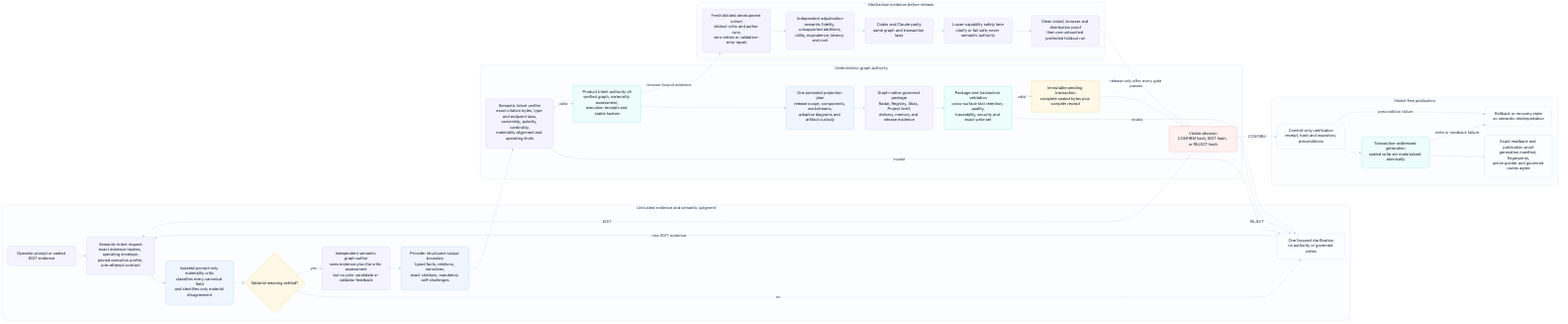
This is odylith/atlas/source/domain-intelligence-greenfield-governance.png from odylith/odylith, a Mermaid export, as it was before one commit. Its source is kept beside it as odylith/atlas/source/domain-intelligence-greenfield-governance.mmd.
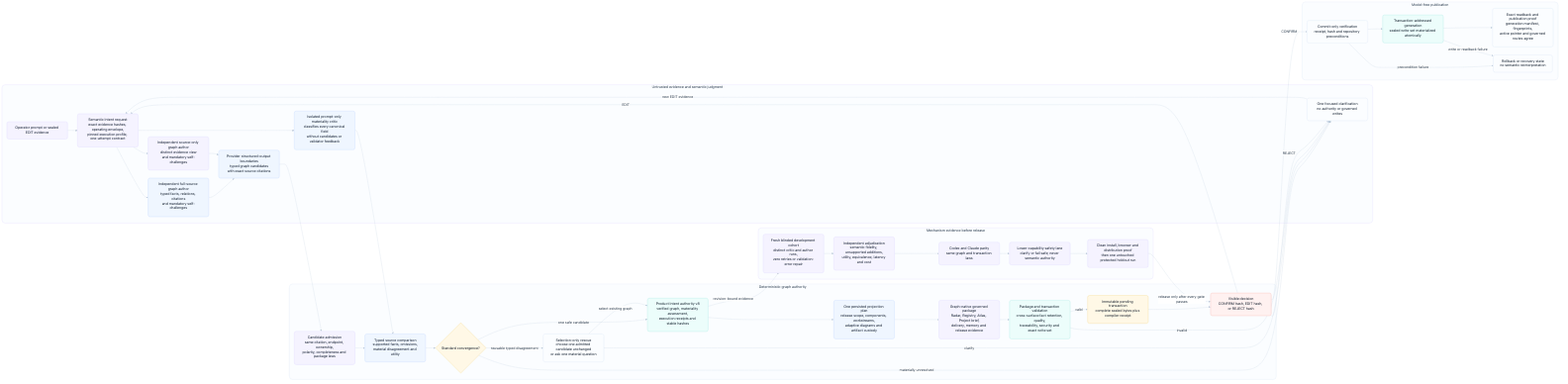
Above is the later version.

The edit, as a diff of the source:
```diff
@@ -3,16 +3,19 @@
       direction TB
       prompt["Operator prompt or sealed EDIT evidence"]
       request["Semantic Intent request<br/>exact evidence hashes, operating envelope,<br/>pinned execution profile, one-attempt contract"]
-      critic["Isolated prompt-only materiality critic<br/>classifies every canonical field<br/>and identifies only material disagreement"]
-      materiality{"Material meaning settled?"}
+      critic["Isolated prompt-only materiality critic<br/>classifies every canonical field<br/>without candidates or validator feedback"]
+      full_author["Independent full-source graph author<br/>typed facts, relations, citations<br/>and mandatory self-challenges"]
+      source_author["Independent source-only graph author<br/>distinct evidence view<br/>and mandatory self-challenges"]
+      provider_schema["Provider structured-output boundaries<br/>typed graph candidates<br/>with exact source citations"]
       question["One focused clarification<br/>no authority or governed writes"]
-      author["Independent semantic graph author<br/>sees evidence plus the critic assessment<br/>but no prior candidate or validator feedback"]
-      provider_schema["Provider structured-output boundary<br/>typed facts, relations, narratives,<br/>exact citations, mandatory self-challenges"]
     end
 
     subgraph deterministic_lane["Deterministic graph authority"]
       direction TB
-      graph_verifier["Semantic Intent verifier<br/>exact citation bytes, type and endpoint laws,<br/>ownership, polarity, cardinality,<br/>materiality alignment and operating limits"]
+      graph_verifier["Candidate admission<br/>same citation, endpoint, ownership,<br/>polarity, completeness and package laws"]
+      comparison["Typed source comparison<br/>supported facts, omissions,<br/>material disagreement and utility"]
+      standard_choice{"Standard convergence?"}
+      selector["Selection-only rescue<br/>choose one admitted candidate unchanged<br/>or ask one material question"]
       graph_authority["Product Intent authority v8<br/>verified graph, materiality assessment,<br/>execution receipts and stable hashes"]
       projection_plan["One persisted projection plan<br/>release scope, components, workstreams,<br/>adaptive diagrams and artifact custody"]
       governed_package["Graph-native governed package<br/>Radar, Registry, Atlas, Project brief,<br/>delivery, memory and release evidence"]
@@ -38,12 +41,21 @@
       release_gates["Clean install, browser and distribution proof<br/>then one untouched protected holdout run"]
     end
 
-    prompt --> request --> critic --> materiality
-    materiality -- "no" --> question
+    prompt --> request
+    request --> critic
+    request --> full_author
+    request --> source_author
     question -- "new EDIT evidence" --> request
-    materiality -- "yes" --> author --> provider_schema --> graph_verifier
-    graph_verifier -- "invalid" --> question
-    graph_verifier -- "valid" --> graph_authority --> projection_plan --> governed_package
+    full_author --> provider_schema
+    source_author --> provider_schema
+    provider_schema --> graph_verifier --> comparison
+    critic --> comparison --> standard_choice
+    standard_choice -- "materially unresolved" --> question
+    standard_choice -- "one safe candidate" --> graph_authority
+    standard_choice -- "reusable typed disagreement" --> selector
+    selector -- "clarify" --> question
+    selector -- "select existing graph" --> graph_authority
+    graph_authority --> projection_plan --> governed_package
     governed_package --> package_gate
     package_gate -- "invalid" --> question
     package_gate -- "valid" --> pending --> choice
@@ -61,8 +73,8 @@
     classDef deterministic fill:#F8FAFC,stroke:#94A3B8,color:#132033,stroke-width:1.2px;
     classDef publication fill:#F0FDF4,stroke:#4ADE80,color:#132033,stroke-width:1.2px;
     classDef proof fill:#FFF7ED,stroke:#FB923C,color:#132033,stroke-width:1.2px;
-    class prompt,request,critic,materiality,question,author,provider_schema evidence;
-    class graph_verifier,graph_authority,projection_plan,governed_package,package_gate,pending,choice deterministic;
+    class prompt,request,critic,full_author,source_author,provider_schema,question evidence;
+    class graph_verifier,comparison,standard_choice,selector,graph_authority,projection_plan,governed_package,package_gate,pending,choice deterministic;
     class confirm,generation,readback,rollback publication;
     class dev_cohort,adjudication,host_parity,lower_safety,release_gates proof;
 
```
